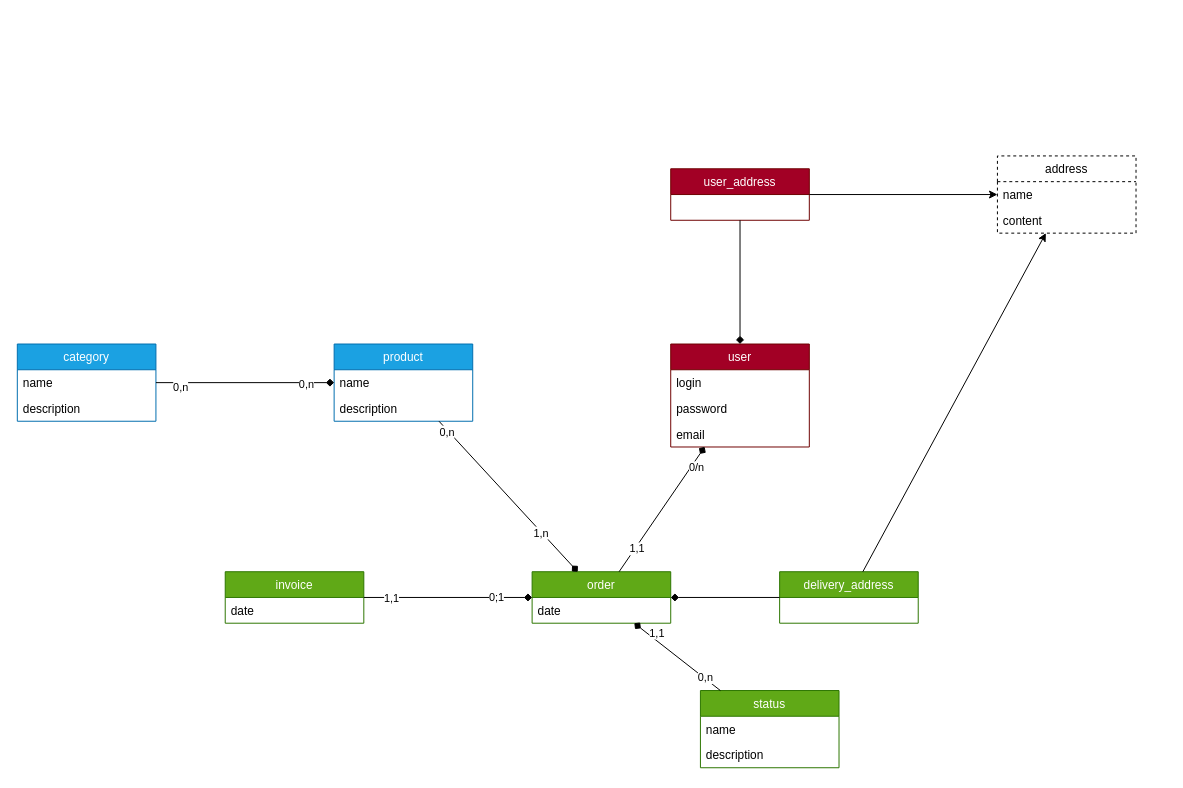
deljdlx/drawio-to-sql keeps this draw.io diagram as demo/ecommerce.drawio. Above is the earlier version. Source tidied: cells renumbered, new cells numbered last; positions are measured from the earlier drawing's top-left corner, leaving out a move shared by most shapes. Both pictures are drawn from the tidied source at 99%, with x=0, y=0 at pixel (17, 155).
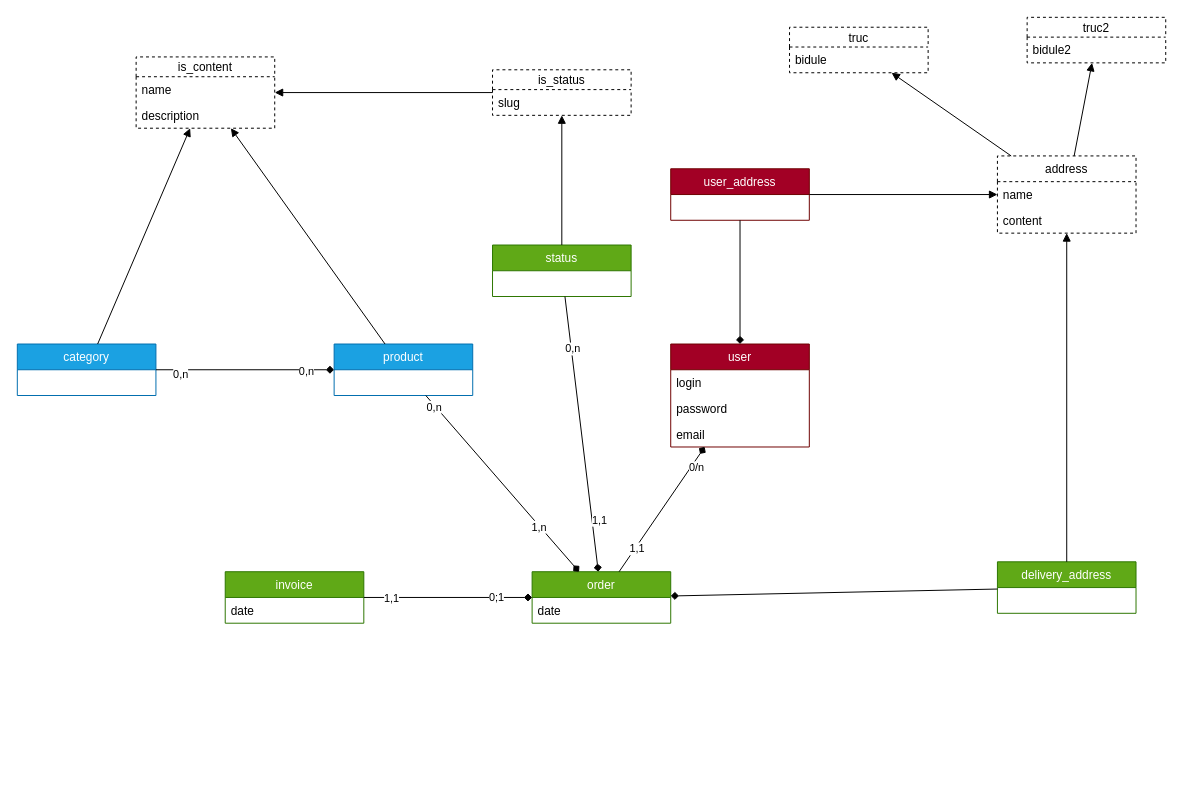
The same diagram, later.

Unchanged cells that the change refers to:
```xml
<mxCell id="23" value="address" style="swimlane;fontStyle=0;horizontal=1;startSize=26;dashed=1;" parent="1" vertex="1">
  <mxGeometry x="990" width="140" height="78" as="geometry" />
</mxCell>
<mxCell id="27" value="user_address" style="swimlane;fontStyle=0;horizontal=1;startSize=26;fillColor=#a20025;strokeColor=#6F0000;fontColor=#ffffff;" parent="1" vertex="1">
  <mxGeometry x="660" y="13" width="140" height="52" as="geometry" />
</mxCell>
```

What changed in the source:
```diff
@@
     <mxCell id="2" value="product" style="swimlane;fontStyle=0;horizontal=1;startSize=26;fillColor=#1ba1e2;strokeColor=#006EAF;fontColor=#ffffff;" parent="1" vertex="1">
-      <mxGeometry x="320" y="190" width="140" height="78" as="geometry" />
+      <mxGeometry x="320" y="190" width="140" height="52" as="geometry" />
     </mxCell>
-    <mxCell id="3" value="name" style="text;strokeColor=none;fillColor=none;align=left;verticalAlign=top;spacingLeft=4;spacingRight=4;overflow=hidden;" parent="2" vertex="1">
-      <mxGeometry y="26" width="140" height="26" as="geometry" />
-    </mxCell>
-    <mxCell id="4" value="description" style="text;strokeColor=none;fillColor=none;align=left;verticalAlign=top;spacingLeft=4;spacingRight=4;overflow=hidden;" parent="2" vertex="1">
-      <mxGeometry y="52" width="140" height="26" as="geometry" />
-    </mxCell>
@@
     <mxCell id="17" value="status" style="swimlane;fontStyle=0;horizontal=1;startSize=26;fillColor=#60a917;strokeColor=#2D7600;fontColor=#ffffff;" parent="1" vertex="1">
-      <mxGeometry x="690" y="540" width="140" height="78" as="geometry" />
+      <mxGeometry x="480" y="90" width="140" height="52" as="geometry" />
     </mxCell>
-    <mxCell id="18" value="name" style="text;strokeColor=none;fillColor=none;align=left;verticalAlign=top;spacingLeft=4;spacingRight=4;overflow=hidden;" parent="17" vertex="1">
-      <mxGeometry y="26" width="140" height="26" as="geometry" />
-    </mxCell>
-    <mxCell id="19" value="description" style="text;strokeColor=none;fillColor=none;align=left;verticalAlign=top;spacingLeft=4;spacingRight=4;overflow=hidden;" parent="17" vertex="1">
-      <mxGeometry y="52" width="140" height="26" as="geometry" />
-    </mxCell>
@@
     <mxCell id="26" value="delivery_address" style="swimlane;fontStyle=0;horizontal=1;startSize=26;fillColor=#60a917;strokeColor=#2D7600;fontColor=#ffffff;" parent="1" vertex="1">
-      <mxGeometry x="770" y="420" width="140" height="52" as="geometry" />
+      <mxGeometry x="990" y="410" width="140" height="52" as="geometry" />
     </mxCell>
@@
-    <mxCell id="28" style="endArrow=classic;html=1;" parent="1" edge="1" source="27" target="23">
+    <mxCell id="28" style="endArrow=block;html=1;endFill=1;" parent="1" edge="1" source="27" target="23">
       <mxGeometry relative="1" as="geometry" />
     </mxCell>
-    <mxCell id="29" style="endArrow=classic;html=1;" parent="1" edge="1" source="26" target="23">
+    <mxCell id="29" style="endArrow=block;html=1;endFill=1;" parent="1" edge="1" source="26" target="23">
       <mxGeometry relative="1" as="geometry" />
     </mxCell>
@@
     <mxCell id="32" value="category" style="swimlane;fontStyle=0;horizontal=1;startSize=26;fillColor=#1ba1e2;strokeColor=#006EAF;fontColor=#ffffff;" parent="1" vertex="1">
-      <mxGeometry y="190" width="140" height="78" as="geometry" />
+      <mxGeometry y="190" width="140" height="52" as="geometry" />
     </mxCell>
-    <mxCell id="33" value="name" style="text;strokeColor=none;fillColor=none;align=left;verticalAlign=top;spacingLeft=4;spacingRight=4;overflow=hidden;" parent="32" vertex="1">
-      <mxGeometry y="26" width="140" height="26" as="geometry" />
-    </mxCell>
-    <mxCell id="34" value="description" style="text;strokeColor=none;fillColor=none;align=left;verticalAlign=top;spacingLeft=4;spacingRight=4;overflow=hidden;" parent="32" vertex="1">
-      <mxGeometry y="52" width="140" height="26" as="geometry" />
-    </mxCell>
@@
+    <mxCell id="43" value="truc" style="swimlane;fontStyle=0;horizontal=1;startSize=20;dashed=1;" parent="1" vertex="1">
+      <mxGeometry x="780" y="-130" width="140" height="46" as="geometry" />
+    </mxCell>
+    <mxCell id="44" value="bidule" style="text;strokeColor=none;fillColor=none;align=left;verticalAlign=top;spacingLeft=4;spacingRight=4;overflow=hidden;" parent="43" vertex="1">
+      <mxGeometry y="20" width="140" height="26" as="geometry" />
+    </mxCell>
+    <mxCell id="45" style="endArrow=block;html=1;endFill=1;" parent="1" edge="1" source="23" target="43">
+      <mxGeometry relative="1" as="geometry" />
+    </mxCell>
+    <mxCell id="46" value="truc2" style="swimlane;fontStyle=0;horizontal=1;startSize=20;dashed=1;" parent="1" vertex="1">
+      <mxGeometry x="1020" y="-140" width="140" height="46" as="geometry" />
+    </mxCell>
+    <mxCell id="47" value="bidule2" style="text;strokeColor=none;fillColor=none;align=left;verticalAlign=top;spacingLeft=4;spacingRight=4;overflow=hidden;" parent="46" vertex="1">
+      <mxGeometry y="20" width="140" height="26" as="geometry" />
+    </mxCell>
+    <mxCell id="48" style="endArrow=block;html=1;endFill=1;" parent="1" edge="1" source="23" target="46">
+      <mxGeometry relative="1" as="geometry" />
+    </mxCell>
+    <mxCell id="49" value="is_content" style="swimlane;fontStyle=0;horizontal=1;startSize=20;dashed=1;" parent="1" vertex="1">
+      <mxGeometry x="120" y="-100" width="140" height="72" as="geometry" />
+    </mxCell>
+    <mxCell id="50" value="name" style="text;strokeColor=none;fillColor=none;align=left;verticalAlign=top;spacingLeft=4;spacingRight=4;overflow=hidden;" parent="49" vertex="1">
+      <mxGeometry y="20" width="140" height="26" as="geometry" />
+    </mxCell>
+    <mxCell id="51" value="description" style="text;strokeColor=none;fillColor=none;align=left;verticalAlign=top;spacingLeft=4;spacingRight=4;overflow=hidden;" parent="49" vertex="1">
+      <mxGeometry y="46" width="140" height="26" as="geometry" />
+    </mxCell>
+    <mxCell id="52" style="endArrow=block;html=1;endFill=1;" parent="1" edge="1" source="32" target="49">
+      <mxGeometry relative="1" as="geometry" />
+    </mxCell>
+    <mxCell id="53" style="endArrow=block;html=1;endFill=1;" parent="1" edge="1" source="2" target="49">
+      <mxGeometry relative="1" as="geometry" />
+    </mxCell>
+    <mxCell id="54" value="is_status" style="swimlane;fontStyle=0;horizontal=1;startSize=20;dashed=1;" parent="1" vertex="1">
+      <mxGeometry x="480" y="-87" width="140" height="46" as="geometry" />
+    </mxCell>
+    <mxCell id="55" value="slug" style="text;strokeColor=none;fillColor=none;align=left;verticalAlign=top;spacingLeft=4;spacingRight=4;overflow=hidden;" parent="54" vertex="1">
+      <mxGeometry y="20" width="140" height="26" as="geometry" />
+    </mxCell>
+    <mxCell id="56" style="endArrow=block;html=1;endFill=1;" parent="1" edge="1" source="54" target="49">
+      <mxGeometry relative="1" as="geometry" />
+    </mxCell>
+    <mxCell id="57" style="endArrow=block;html=1;endFill=1;" parent="1" edge="1" source="17" target="54">
+      <mxGeometry relative="1" as="geometry" />
+    </mxCell>
```
